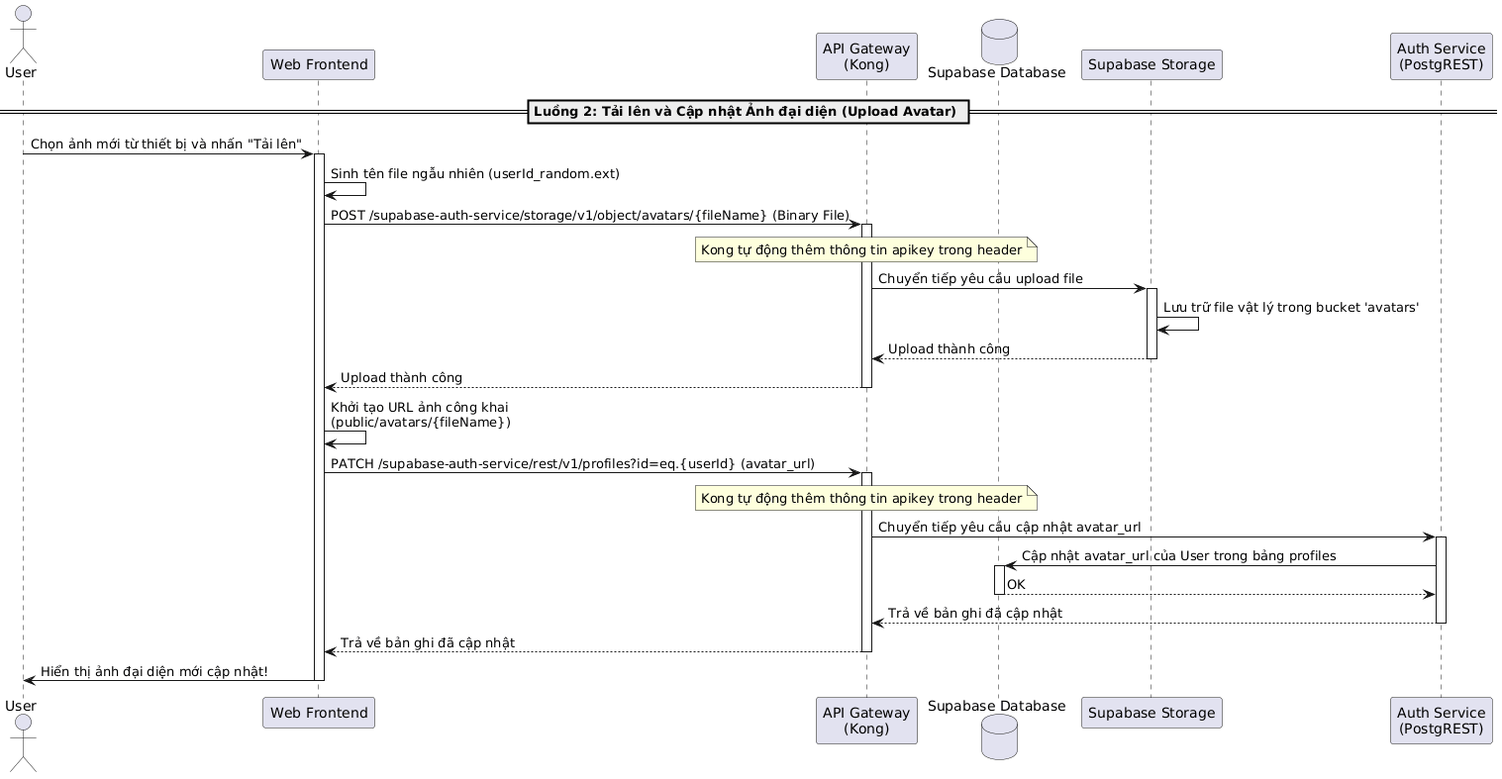
The PlantUML diagram latex/contents/Sequence/UML-Sequence-UserProfileUploadAvatar.png in 20206205Tech/docs-latex, before a commit. The source it was exported from:
```plantuml
@startuml
actor "User" as User
participant "Web Frontend" as Frontend
participant "API Gateway\n(Kong)" as Kong
database "Supabase Database" as DB
participant "Supabase Storage" as Storage
participant "Auth Service\n(PostgREST)" as AuthService

== Luồng 2: Tải lên và Cập nhật Ảnh đại diện (Upload Avatar) ==
User -> Frontend: Chọn ảnh mới từ thiết bị và nhấn "Tải lên"
activate Frontend

Frontend -> Frontend: Sinh tên file ngẫu nhiên (userId_random.ext)
Frontend -> Kong: POST /supabase-auth-service/storage/v1/object/avatars/{fileName} (Binary File)
activate Kong
note over Kong: Kong tự động thêm thông tin apikey trong header
Kong -> Storage: Chuyển tiếp yêu cầu upload file
activate Storage
Storage -> Storage: Lưu trữ file vật lý trong bucket 'avatars'
Storage --> Kong: Upload thành công
deactivate Storage
Kong --> Frontend: Upload thành công
deactivate Kong

Frontend -> Frontend: Khởi tạo URL ảnh công khai\n(public/avatars/{fileName})
Frontend -> Kong: PATCH /supabase-auth-service/rest/v1/profiles?id=eq.{userId} (avatar_url)
activate Kong
note over Kong: Kong tự động thêm thông tin apikey trong header
Kong -> AuthService: Chuyển tiếp yêu cầu cập nhật avatar_url
activate AuthService
AuthService -> DB: Cập nhật avatar_url của User trong bảng profiles
activate DB
DB --> AuthService: OK
deactivate DB
AuthService --> Kong: Trả về bản ghi đã cập nhật
deactivate AuthService
Kong --> Frontend: Trả về bản ghi đã cập nhật
deactivate Kong

Frontend -> User: Hiển thị ảnh đại diện mới cập nhật!
deactivate Frontend
@enduml
```
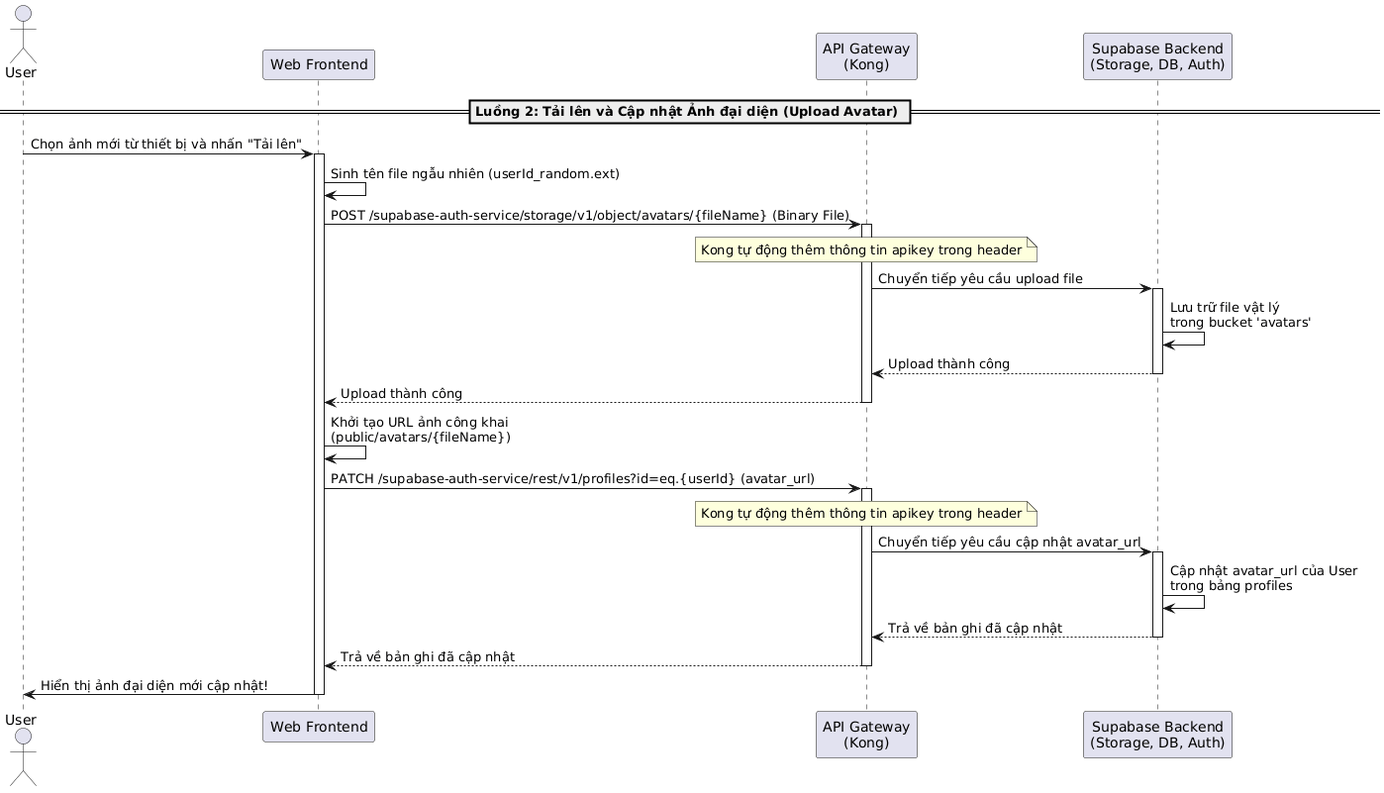
Above is the later version.

Diff of the diagram source:
```diff
@@ -2,9 +2,7 @@
 actor "User" as User
 participant "Web Frontend" as Frontend
 participant "API Gateway\n(Kong)" as Kong
-database "Supabase Database" as DB
-participant "Supabase Storage" as Storage
-participant "Auth Service\n(PostgREST)" as AuthService
+participant "Supabase Backend\n(Storage, DB, Auth)" as AuthService
 
 == Luồng 2: Tải lên và Cập nhật Ảnh đại diện (Upload Avatar) ==
 User -> Frontend: Chọn ảnh mới từ thiết bị và nhấn "Tải lên"
@@ -14,11 +12,14 @@
 Frontend -> Kong: POST /supabase-auth-service/storage/v1/object/avatars/{fileName} (Binary File)
 activate Kong
 note over Kong: Kong tự động thêm thông tin apikey trong header
-Kong -> Storage: Chuyển tiếp yêu cầu upload file
-activate Storage
-Storage -> Storage: Lưu trữ file vật lý trong bucket 'avatars'
-Storage --> Kong: Upload thành công
-deactivate Storage
+
+Kong -> AuthService: Chuyển tiếp yêu cầu upload file
+activate AuthService
+
+AuthService -> AuthService: Lưu trữ file vật lý\ntrong bucket 'avatars'
+
+AuthService --> Kong: Upload thành công
+deactivate AuthService
 Kong --> Frontend: Upload thành công
 deactivate Kong
 
@@ -26,12 +27,12 @@
 Frontend -> Kong: PATCH /supabase-auth-service/rest/v1/profiles?id=eq.{userId} (avatar_url)
 activate Kong
 note over Kong: Kong tự động thêm thông tin apikey trong header
+
 Kong -> AuthService: Chuyển tiếp yêu cầu cập nhật avatar_url
 activate AuthService
-AuthService -> DB: Cập nhật avatar_url của User trong bảng profiles
-activate DB
-DB --> AuthService: OK
-deactivate DB
+
+AuthService -> AuthService: Cập nhật avatar_url của User\ntrong bảng profiles
+
 AuthService --> Kong: Trả về bản ghi đã cập nhật
 deactivate AuthService
 Kong --> Frontend: Trả về bản ghi đã cập nhật
```
